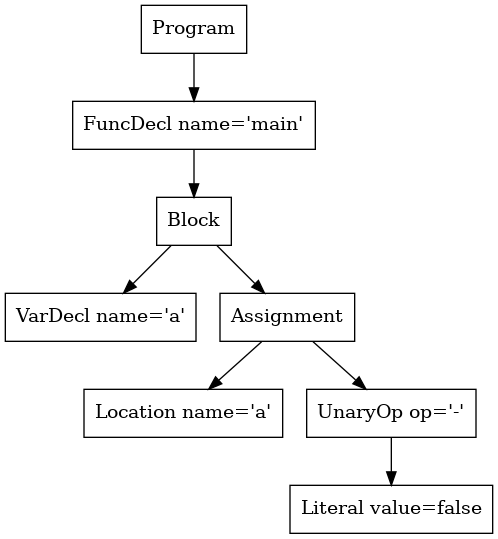
This is p2-parser/tree.png from dada1802/cs432-project, a Graphviz export, as it was before one commit. Its source is kept beside it as p2-parser/tree.dot.
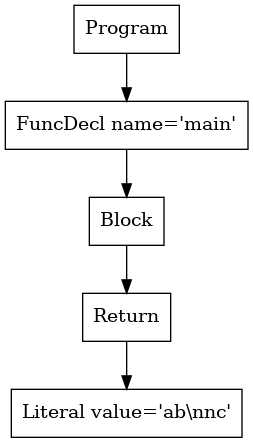
After the change.

Diff of the diagram source:
```diff
@@ -1,15 +1,9 @@
 digraph AST {
-3 [shape=box, label="VarDecl name='a'"];
-5 [shape=box, label="Location name='a'"];
-7 [shape=box, label="Literal value=false"];
-6 [shape=box, label="UnaryOp op='-'"];
-6 -> 7;
-4 [shape=box, label="Assignment"];
-4 -> 5;
-4 -> 6;
+4 [shape=box, label="Literal value='ab\\nnc'"];
+3 [shape=box, label="Return"];
+3 -> 4;
 2 [shape=box, label="Block"];
 2 -> 3;
-2 -> 4;
 1 [shape=box, label="FuncDecl name='main'"];
 1 -> 2;
 0 [shape=box, label="Program"];
```
